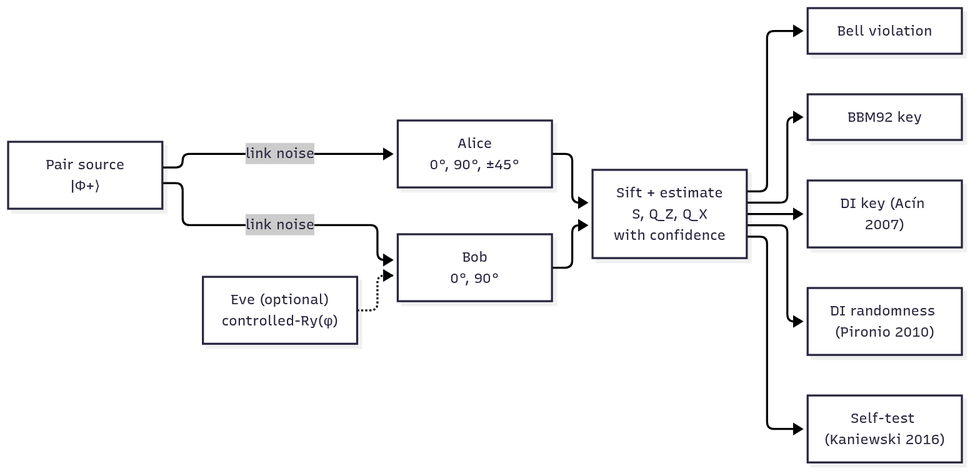
Above: docs/img/protocol.png in thedaemon-wizard/Qollab_IonQ_Global_Quantum_Hackathon (Mermaid), before the change. Its source is kept beside it as docs/protocol.mmd. Source of this version:
```mermaid
flowchart LR
  S["Pair source<br/>|Φ+⟩"] -->|link noise| A["Alice<br/>0°, 90°, ±45°"]
  S -->|link noise| B["Bob<br/>0°, 90°"]
  E["Eve (optional)<br/>controlled-Ry(φ)"] -.-> B
  A --> K["Sift + estimate<br/>S, Q_Z, Q_X<br/>with confidence"]
  B --> K
  K --> C1["Bell violation"]
  K --> C2["BBM92 key"]
  K --> C3["DI key (Acín 2007)"]
  K --> C4["DI randomness (Pironio 2010)"]
  K --> C5["Self-test (Kaniewski 2016)"]
```
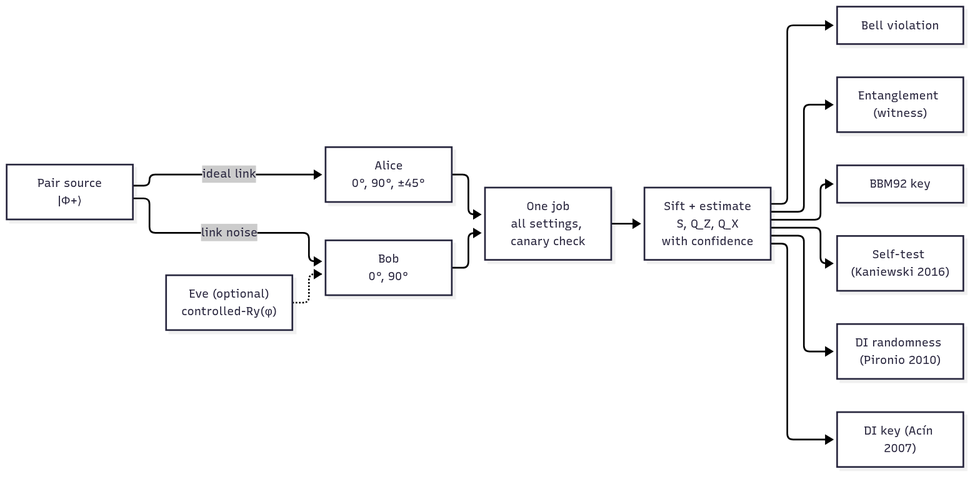
Above is the later version.

What changed in the source:
```diff
@@ -1,11 +1,13 @@
 flowchart LR
-  S["Pair source<br/>|Φ+⟩"] -->|link noise| A["Alice<br/>0°, 90°, ±45°"]
+  S["Pair source<br/>|Φ+⟩"] -->|ideal link| A["Alice<br/>0°, 90°, ±45°"]
   S -->|link noise| B["Bob<br/>0°, 90°"]
   E["Eve (optional)<br/>controlled-Ry(φ)"] -.-> B
-  A --> K["Sift + estimate<br/>S, Q_Z, Q_X<br/>with confidence"]
-  B --> K
+  A --> J["One job<br/>all settings, canary check"]
+  B --> J
+  J --> K["Sift + estimate<br/>S, Q_Z, Q_X<br/>with confidence"]
   K --> C1["Bell violation"]
-  K --> C2["BBM92 key"]
-  K --> C3["DI key (Acín 2007)"]
-  K --> C4["DI randomness (Pironio 2010)"]
-  K --> C5["Self-test (Kaniewski 2016)"]
+  K --> C2["Entanglement (witness)"]
+  K --> C3["BBM92 key"]
+  K --> C4["Self-test (Kaniewski 2016)"]
+  K --> C5["DI randomness (Pironio 2010)"]
+  K --> C6["DI key (Acín 2007)"]
```
